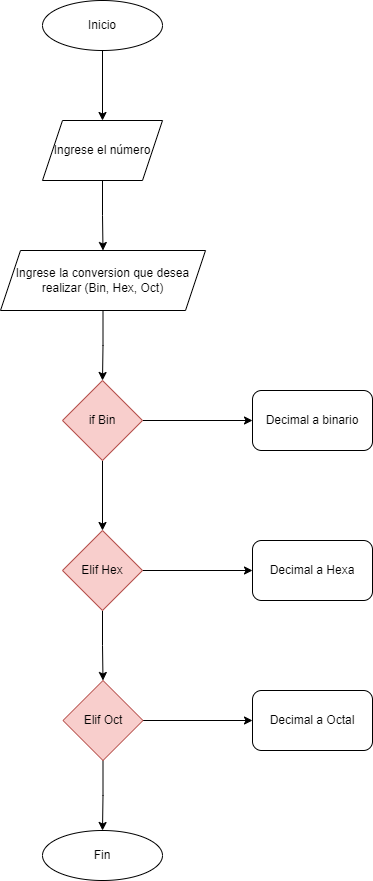
Before: Diagramas/Menú de conversion.png, a diagram exported from draw.io (Shadwws/ESTEEE). Source tidied: cells renumbered, new cells last; positions are measured from the earlier drawing's top-left corner, leaving out a move shared by most shapes. The source it was exported from:
```xml
<mxGraphModel>
  <root>
    <mxCell id="0" />
    <mxCell id="1" parent="0" />
    <mxCell id="2" style="edgeStyle=orthogonalEdgeStyle;rounded=0;jettySize=auto;html=1;" parent="1" edge="1" source="3" target="5">
      <mxGeometry relative="1" as="geometry" />
    </mxCell>
    <mxCell id="3" value="Inicio" style="ellipse;whiteSpace=wrap;html=1;" parent="1" vertex="1">
      <mxGeometry x="42" width="120" height="50" as="geometry" />
    </mxCell>
    <mxCell id="4" style="edgeStyle=orthogonalEdgeStyle;rounded=0;jettySize=auto;html=1;" parent="1" edge="1" source="5" target="7">
      <mxGeometry relative="1" as="geometry" />
    </mxCell>
    <mxCell id="5" value="Ingrese el número" style="shape=parallelogram;perimeter=parallelogramPerimeter;whiteSpace=wrap;html=1;fixedSize=1;" parent="1" vertex="1">
      <mxGeometry x="42" y="120" width="120" height="60" as="geometry" />
    </mxCell>
    <mxCell id="6" style="edgeStyle=orthogonalEdgeStyle;rounded=0;jettySize=auto;html=1;" parent="1" edge="1" source="7" target="10">
      <mxGeometry relative="1" as="geometry" />
    </mxCell>
    <mxCell id="7" value="Ingrese la conversion que desea realizar (Bin, Hex, Oct)" style="shape=parallelogram;perimeter=parallelogramPerimeter;whiteSpace=wrap;html=1;fixedSize=1;" parent="1" vertex="1">
      <mxGeometry y="250" width="205" height="60" as="geometry" />
    </mxCell>
    <mxCell id="8" style="edgeStyle=orthogonalEdgeStyle;rounded=0;jettySize=auto;html=1;" parent="1" edge="1" source="10" target="13">
      <mxGeometry relative="1" as="geometry" />
    </mxCell>
    <mxCell id="9" style="edgeStyle=orthogonalEdgeStyle;rounded=0;jettySize=auto;html=1;" parent="1" edge="1" source="10" target="17">
      <mxGeometry relative="1" as="geometry" />
    </mxCell>
    <mxCell id="10" value="if Bin" style="rhombus;whiteSpace=wrap;html=1;fillColor=#f8cecc;strokeColor=#b85450;" parent="1" vertex="1">
      <mxGeometry x="62" y="380" width="80" height="80" as="geometry" />
    </mxCell>
    <mxCell id="11" style="edgeStyle=orthogonalEdgeStyle;rounded=0;jettySize=auto;html=1;" parent="1" edge="1" source="13" target="16">
      <mxGeometry relative="1" as="geometry" />
    </mxCell>
    <mxCell id="12" style="edgeStyle=orthogonalEdgeStyle;rounded=0;jettySize=auto;html=1;" parent="1" edge="1" source="13" target="18">
      <mxGeometry relative="1" as="geometry" />
    </mxCell>
    <mxCell id="13" value="Elif Hex" style="rhombus;whiteSpace=wrap;html=1;fillColor=#f8cecc;strokeColor=#b85450;" parent="1" vertex="1">
      <mxGeometry x="62" y="530" width="80" height="80" as="geometry" />
    </mxCell>
    <mxCell id="14" style="edgeStyle=orthogonalEdgeStyle;rounded=0;jettySize=auto;html=1;" parent="1" edge="1" source="16" target="19">
      <mxGeometry relative="1" as="geometry" />
    </mxCell>
    <mxCell id="15" style="edgeStyle=orthogonalEdgeStyle;rounded=0;jettySize=auto;html=1;exitX=0.5;exitY=1;exitDx=0;exitDy=0;" parent="1" edge="1" source="16" target="20">
      <mxGeometry relative="1" as="geometry" />
    </mxCell>
    <mxCell id="16" value="Elif Oct" style="rhombus;whiteSpace=wrap;html=1;fillColor=#f8cecc;strokeColor=#b85450;" parent="1" vertex="1">
      <mxGeometry x="62.5" y="680" width="80" height="80" as="geometry" />
    </mxCell>
    <mxCell id="17" value="Decimal a binario" style="rounded=1;whiteSpace=wrap;html=1;" parent="1" vertex="1">
      <mxGeometry x="252" y="390" width="120" height="60" as="geometry" />
    </mxCell>
    <mxCell id="18" value="Decimal a Hexa" style="rounded=1;whiteSpace=wrap;html=1;" parent="1" vertex="1">
      <mxGeometry x="252" y="540" width="120" height="60" as="geometry" />
    </mxCell>
    <mxCell id="19" value="Decimal a Octal" style="rounded=1;whiteSpace=wrap;html=1;" parent="1" vertex="1">
      <mxGeometry x="252" y="690" width="120" height="60" as="geometry" />
    </mxCell>
    <mxCell id="20" value="Fin" style="ellipse;whiteSpace=wrap;html=1;" parent="1" vertex="1">
      <mxGeometry x="42" y="830" width="120" height="50" as="geometry" />
    </mxCell>
  </root>
</mxGraphModel>
```
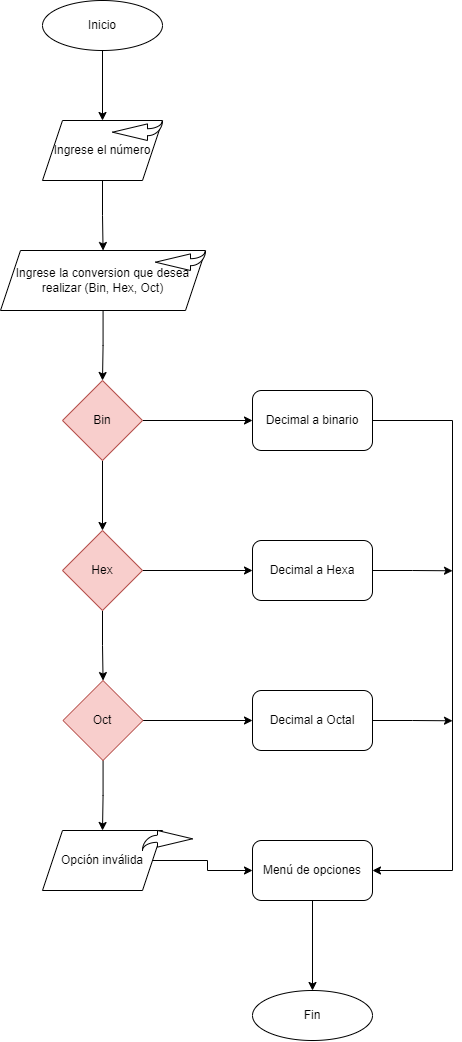
After the commit.

Diff of the diagram source:
```diff
@@ -26,7 +26,7 @@
     <mxCell id="9" style="edgeStyle=orthogonalEdgeStyle;rounded=0;jettySize=auto;html=1;" parent="1" edge="1" source="10" target="17">
       <mxGeometry relative="1" as="geometry" />
     </mxCell>
-    <mxCell id="10" value="if Bin" style="rhombus;whiteSpace=wrap;html=1;fillColor=#f8cecc;strokeColor=#b85450;" parent="1" vertex="1">
+    <mxCell id="10" value="Bin" style="rhombus;whiteSpace=wrap;html=1;fillColor=#f8cecc;strokeColor=#b85450;" parent="1" vertex="1">
       <mxGeometry x="62" y="380" width="80" height="80" as="geometry" />
     </mxCell>
     <mxCell id="11" style="edgeStyle=orthogonalEdgeStyle;rounded=0;jettySize=auto;html=1;" parent="1" edge="1" source="13" target="16">
@@ -35,29 +35,68 @@
     <mxCell id="12" style="edgeStyle=orthogonalEdgeStyle;rounded=0;jettySize=auto;html=1;" parent="1" edge="1" source="13" target="18">
       <mxGeometry relative="1" as="geometry" />
     </mxCell>
-    <mxCell id="13" value="Elif Hex" style="rhombus;whiteSpace=wrap;html=1;fillColor=#f8cecc;strokeColor=#b85450;" parent="1" vertex="1">
+    <mxCell id="13" value="Hex" style="rhombus;whiteSpace=wrap;html=1;fillColor=#f8cecc;strokeColor=#b85450;" parent="1" vertex="1">
       <mxGeometry x="62" y="530" width="80" height="80" as="geometry" />
     </mxCell>
     <mxCell id="14" style="edgeStyle=orthogonalEdgeStyle;rounded=0;jettySize=auto;html=1;" parent="1" edge="1" source="16" target="19">
       <mxGeometry relative="1" as="geometry" />
     </mxCell>
-    <mxCell id="15" style="edgeStyle=orthogonalEdgeStyle;rounded=0;jettySize=auto;html=1;exitX=0.5;exitY=1;exitDx=0;exitDy=0;" parent="1" edge="1" source="16" target="20">
-      <mxGeometry relative="1" as="geometry" />
-    </mxCell>
+    <mxCell id="21" style="edgeStyle=orthogonalEdgeStyle;rounded=0;jettySize=auto;html=1;" parent="1" edge="1" source="16" target="26">
+      <mxGeometry relative="1" as="geometry" />
+    </mxCell>
-    <mxCell id="16" value="Elif Oct" style="rhombus;whiteSpace=wrap;html=1;fillColor=#f8cecc;strokeColor=#b85450;" parent="1" vertex="1">
+    <mxCell id="16" value="Oct" style="rhombus;whiteSpace=wrap;html=1;fillColor=#f8cecc;strokeColor=#b85450;" parent="1" vertex="1">
       <mxGeometry x="62.5" y="680" width="80" height="80" as="geometry" />
     </mxCell>
+    <mxCell id="22" style="edgeStyle=orthogonalEdgeStyle;rounded=0;jettySize=auto;html=1;exitX=1;exitY=0.5;exitDx=0;exitDy=0;entryX=1;entryY=0.5;entryDx=0;entryDy=0;" parent="1" edge="1" source="17" target="28">
+      <mxGeometry relative="1" as="geometry">
+        <Array as="points">
+          <mxPoint x="452" y="420" />
+          <mxPoint x="452" y="870" />
+        </Array>
+      </mxGeometry>
+    </mxCell>
     <mxCell id="17" value="Decimal a binario" style="rounded=1;whiteSpace=wrap;html=1;" parent="1" vertex="1">
       <mxGeometry x="252" y="390" width="120" height="60" as="geometry" />
     </mxCell>
+    <mxCell id="23" style="edgeStyle=orthogonalEdgeStyle;rounded=0;jettySize=auto;html=1;exitX=1;exitY=0.5;exitDx=0;exitDy=0;" parent="1" edge="1" source="18">
+      <mxGeometry relative="1" as="geometry">
+        <mxPoint x="452" y="570.3" as="targetPoint" />
+      </mxGeometry>
+    </mxCell>
     <mxCell id="18" value="Decimal a Hexa" style="rounded=1;whiteSpace=wrap;html=1;" parent="1" vertex="1">
       <mxGeometry x="252" y="540" width="120" height="60" as="geometry" />
     </mxCell>
+    <mxCell id="24" style="edgeStyle=orthogonalEdgeStyle;rounded=0;jettySize=auto;html=1;exitX=1;exitY=0.5;exitDx=0;exitDy=0;" parent="1" edge="1" source="19">
+      <mxGeometry relative="1" as="geometry">
+        <mxPoint x="452" y="720.3" as="targetPoint" />
+      </mxGeometry>
+    </mxCell>
     <mxCell id="19" value="Decimal a Octal" style="rounded=1;whiteSpace=wrap;html=1;" parent="1" vertex="1">
       <mxGeometry x="252" y="690" width="120" height="60" as="geometry" />
     </mxCell>
     <mxCell id="20" value="Fin" style="ellipse;whiteSpace=wrap;html=1;" parent="1" vertex="1">
-      <mxGeometry x="42" y="830" width="120" height="50" as="geometry" />
+      <mxGeometry x="252" y="990" width="120" height="50" as="geometry" />
     </mxCell>
+    <mxCell id="25" style="edgeStyle=orthogonalEdgeStyle;rounded=0;jettySize=auto;html=1;exitX=1;exitY=0.5;exitDx=0;exitDy=0;entryX=0;entryY=0.5;entryDx=0;entryDy=0;" parent="1" edge="1" source="26" target="28">
+      <mxGeometry relative="1" as="geometry" />
+    </mxCell>
+    <mxCell id="26" value="Opción inválida" style="shape=parallelogram;perimeter=parallelogramPerimeter;whiteSpace=wrap;html=1;fixedSize=1;" parent="1" vertex="1">
+      <mxGeometry x="42" y="830" width="120" height="60" as="geometry" />
+    </mxCell>
+    <mxCell id="27" style="edgeStyle=orthogonalEdgeStyle;rounded=0;jettySize=auto;html=1;" parent="1" edge="1" source="28" target="20">
+      <mxGeometry relative="1" as="geometry" />
+    </mxCell>
+    <mxCell id="28" value="Menú de opciones" style="rounded=1;whiteSpace=wrap;html=1;" parent="1" vertex="1">
+      <mxGeometry x="252" y="840" width="120" height="60" as="geometry" />
+    </mxCell>
+    <mxCell id="29" style="html=1;shadow=0;dashed=0;align=center;verticalAlign=middle;shape=mxgraph.arrows2.jumpInArrow;dy=3.5;dx=35;arrowHead=16.61;direction=east;" parent="1" vertex="1">
+      <mxGeometry x="142" y="830" width="50" height="20" as="geometry" />
+    </mxCell>
+    <mxCell id="30" style="html=1;shadow=0;dashed=0;align=center;verticalAlign=middle;shape=mxgraph.arrows2.jumpInArrow;dy=3.5;dx=35;arrowHead=16.61;direction=west;" parent="1" vertex="1">
+      <mxGeometry x="155" y="250" width="50" height="20" as="geometry" />
+    </mxCell>
+    <mxCell id="31" style="html=1;shadow=0;dashed=0;align=center;verticalAlign=middle;shape=mxgraph.arrows2.jumpInArrow;dy=3.5;dx=35;arrowHead=16.61;direction=west;" parent="1" vertex="1">
+      <mxGeometry x="112" y="120" width="50" height="20" as="geometry" />
+    </mxCell>
   </root>
 </mxGraphModel>
```
